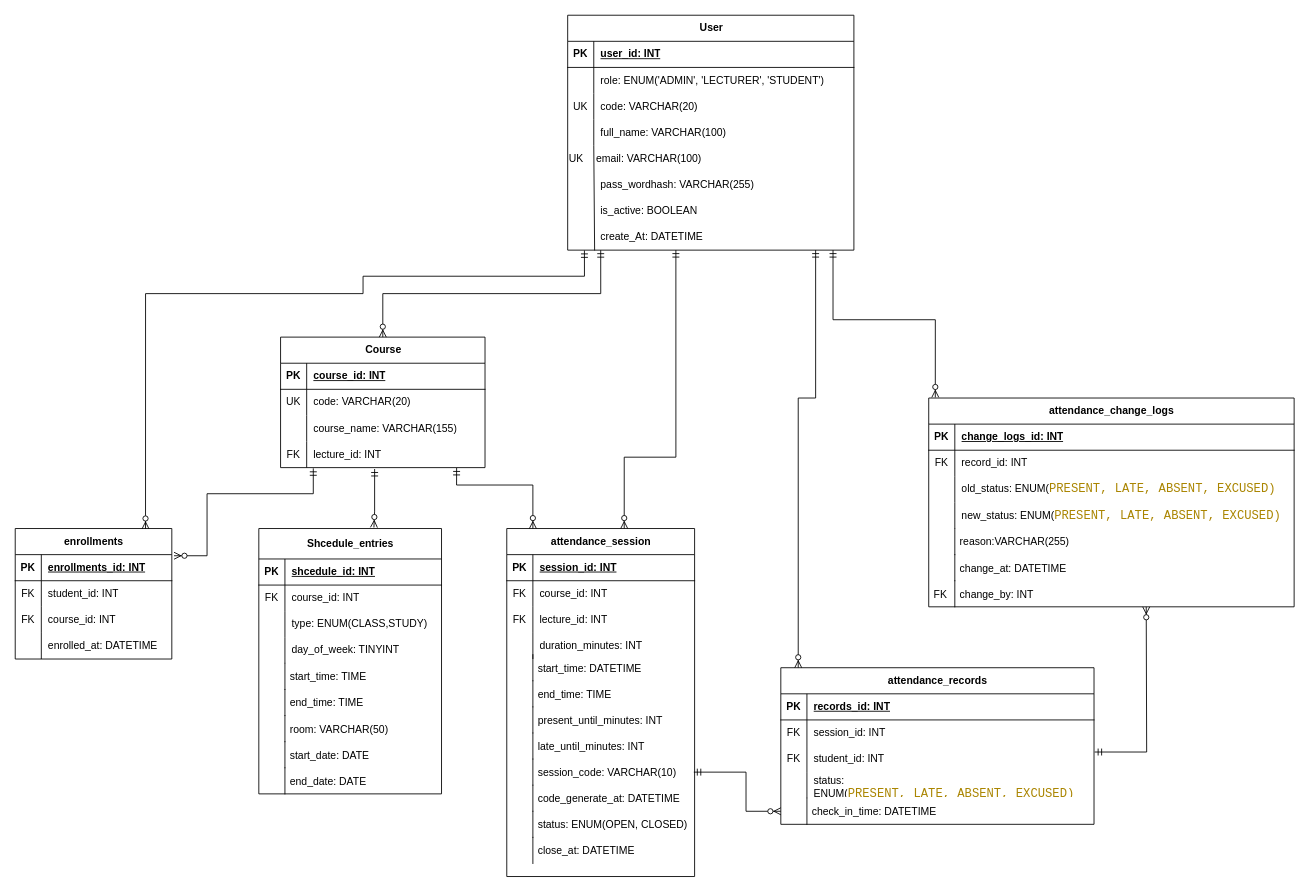
QnTIie2409/CNPM-GROUP03 keeps this draw.io diagram as Data.drawio. Above is the earlier version. Source tidied: cells renumbered, new cells numbered last; positions are measured from the earlier drawing's top-left corner, leaving out a move shared by most shapes. Both pictures are drawn from the tidied source at 87%, with x=0, y=0 at pixel (15, 15).
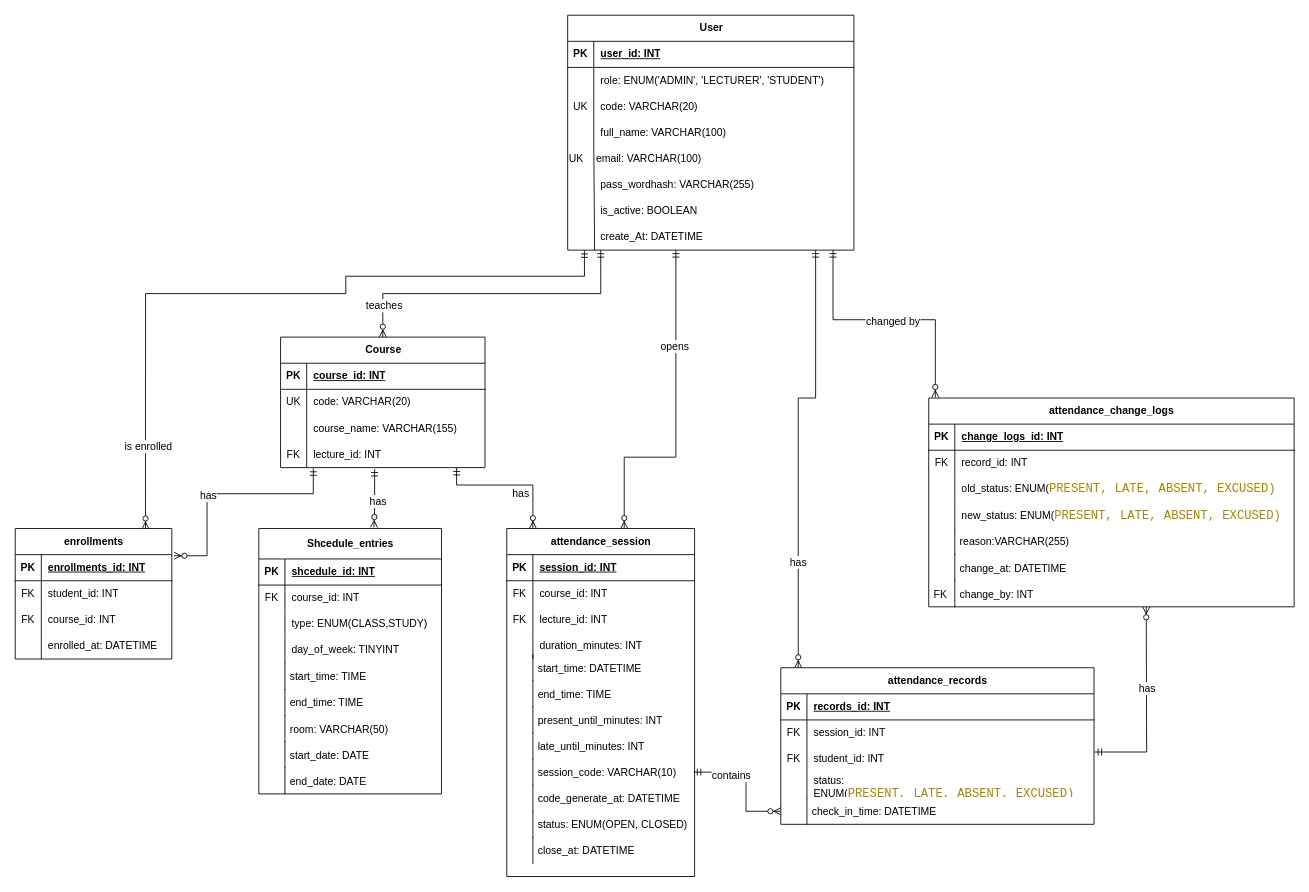
Above is the later version.

Unchanged cells that the change refers to:
```xml
<mxCell id="73" value="enrollments" style="shape=table;startSize=30;childLayout=tableLayout;rowLines=0;fontStyle=1;align=center;html=1;" parent="1" vertex="1">
  <mxGeometry y="590" width="180" height="150" as="geometry" />
</mxCell>
<mxCell id="110" style="shape=tableRow;horizontal=0;startSize=0;swimlaneHead=0;swimlaneBody=0;fillColor=none;points=[[0,0.5],[1,0.5]];portConstraint=eastwest;top=0;left=0;right=0;bottom=0;" parent="86" vertex="1">
  <mxGeometry x="5" y="240" width="180" height="30" as="geometry" />
</mxCell>
<mxCell id="149" style="edgeStyle=orthogonalEdgeStyle;fontSize=12;html=1;endArrow=ERzeroToMany;startArrow=ERmandOne;rounded=0;defaultLabelBackgroundColor=page;entryX=0.5;entryY=0;entryDx=0;entryDy=0;exitX=0.211;exitY=1.003;exitDx=0;exitDy=0;exitPerimeter=0;" parent="1" edge="1" source="110" target="2">
  <mxGeometry x="0.22" relative="1" as="geometry">
    <Array as="points">
      <mxPoint x="673" y="320" />
      <mxPoint x="422.5" y="320" />
    </Array>
  </mxGeometry>
</mxCell>
<mxCell id="152" style="edgeStyle=orthogonalEdgeStyle;fontSize=12;html=1;endArrow=ERzeroToMany;startArrow=ERmandOne;rounded=0;defaultLabelBackgroundColor=page;exitX=0.691;exitY=1;exitDx=0;exitDy=0;exitPerimeter=0;" parent="1" edge="1" source="110">
  <mxGeometry x="0.19" relative="1" as="geometry">
    <mxPoint x="700" y="590" as="targetPoint" />
    <Array as="points">
      <mxPoint x="759.4" y="508" />
      <mxPoint x="700" y="508" />
    </Array>
  </mxGeometry>
</mxCell>
<mxCell id="153" style="edgeStyle=orthogonalEdgeStyle;fontSize=12;html=1;endArrow=ERzeroToMany;startArrow=ERmandOne;rounded=0;defaultLabelBackgroundColor=page;entryX=0.63;entryY=-0.004;entryDx=0;entryDy=0;exitX=0.46;exitY=1.053;exitDx=0;exitDy=0;exitPerimeter=0;entryPerimeter=0;" parent="1" edge="1" source="12" target="16">
  <mxGeometry x="-0.17" relative="1" as="geometry">
    <Array as="points">
      <mxPoint x="413.1" y="570" />
    </Array>
  </mxGeometry>
</mxCell>
<mxCell id="154" style="edgeStyle=orthogonalEdgeStyle;fontSize=12;html=1;endArrow=ERzeroToMany;startArrow=ERmandOne;rounded=0;defaultLabelBackgroundColor=page;entryX=1.014;entryY=0.043;entryDx=0;entryDy=0;entryPerimeter=0;exitX=0.16;exitY=1.027;exitDx=0;exitDy=0;exitPerimeter=0;" parent="1" edge="1" source="12" target="74">
  <mxGeometry x="0.22" relative="1" as="geometry">
    <Array as="points">
      <mxPoint x="342.6" y="550" />
      <mxPoint x="220.5" y="550" />
      <mxPoint x="220.5" y="621.3" />
    </Array>
  </mxGeometry>
</mxCell>
<mxCell id="155" style="edgeStyle=orthogonalEdgeStyle;fontSize=12;html=1;endArrow=ERzeroToMany;startArrow=ERmandOne;rounded=0;defaultLabelBackgroundColor=page;" parent="1" edge="1">
  <mxGeometry x="0.29" relative="1" as="geometry">
    <mxPoint x="920" y="270" as="sourcePoint" />
    <mxPoint x="900" y="750" as="targetPoint" />
    <Array as="points">
      <mxPoint x="920" y="440" />
      <mxPoint x="900" y="440" />
    </Array>
  </mxGeometry>
</mxCell>
<mxCell id="156" style="edgeStyle=orthogonalEdgeStyle;fontSize=12;html=1;endArrow=ERzeroToMany;startArrow=ERmandOne;rounded=0;defaultLabelBackgroundColor=page;entryX=0.018;entryY=-0.003;entryDx=0;entryDy=0;entryPerimeter=0;" parent="1" edge="1" target="130">
  <mxGeometry x="0.47" relative="1" as="geometry">
    <mxPoint x="940" y="270" as="sourcePoint" />
    <Array as="points">
      <mxPoint x="940" y="350" />
      <mxPoint x="1057.6" y="350" />
    </Array>
  </mxGeometry>
</mxCell>
<mxCell id="157" style="edgeStyle=orthogonalEdgeStyle;fontSize=12;html=1;endArrow=ERzeroToMany;startArrow=ERmandOne;rounded=0;defaultLabelBackgroundColor=page;entryX=0;entryY=1;entryDx=0;entryDy=0;entryPerimeter=0;" parent="1" edge="1">
  <mxGeometry x="-0.01" relative="1" as="geometry">
    <mxPoint x="780" y="870" as="sourcePoint" />
    <mxPoint x="880" y="915" as="targetPoint" />
    <Array as="points">
      <mxPoint x="840" y="870" />
      <mxPoint x="840" y="915" />
    </Array>
  </mxGeometry>
</mxCell>
<mxCell id="158" style="edgeStyle=orthogonalEdgeStyle;fontSize=12;html=1;endArrow=ERzeroToMany;startArrow=ERmandOne;rounded=0;defaultLabelBackgroundColor=page;exitX=1.002;exitY=0.23;exitDx=0;exitDy=0;exitPerimeter=0;" parent="1" edge="1" source="121">
  <mxGeometry x="-0.06" relative="1" as="geometry">
    <mxPoint x="1300" y="680" as="targetPoint" />
  </mxGeometry>
</mxCell>
```

Diff of the diagram source:
```diff
@@
+    <mxCell id="159" value="teaches" style="edgeLabel;html=1;align=center;verticalAlign=middle;inheritText=1;fontSize=12;defaultLabelBackgroundColor=page;" parent="149" vertex="1">
+      <mxGeometry x="0.79" y="1" relative="1" as="geometry" />
+    </mxCell>
     <mxCell id="150" style="edgeStyle=orthogonalEdgeStyle;fontSize=12;html=1;endArrow=ERzeroToMany;startArrow=ERmandOne;rounded=0;defaultLabelBackgroundColor=page;exitX=0.107;exitY=1.011;exitDx=0;exitDy=0;exitPerimeter=0;entryX=0.832;entryY=0.003;entryDx=0;entryDy=0;entryPerimeter=0;" parent="1" edge="1" source="110" target="73">
       <mxGeometry x="0.13" relative="1" as="geometry">
         <Array as="points">
           <mxPoint x="654.3" y="300" />
-          <mxPoint x="399.8" y="300" />
-          <mxPoint x="399.8" y="320" />
+          <mxPoint x="380" y="300" />
+          <mxPoint x="380" y="320" />
           <mxPoint x="149.8" y="320" />
         </Array>
       </mxGeometry>
     </mxCell>
+    <mxCell id="160" value="is enrolled" style="edgeLabel;html=1;align=center;verticalAlign=middle;inheritText=1;fontSize=12;defaultLabelBackgroundColor=page;" parent="150" vertex="1">
+      <mxGeometry x="0.77" y="3" relative="1" as="geometry" />
+    </mxCell>
@@
+    <mxCell id="161" value="opens" style="edgeLabel;html=1;align=center;verticalAlign=middle;inheritText=1;fontSize=12;defaultLabelBackgroundColor=page;" parent="152" vertex="1">
+      <mxGeometry x="-0.42" y="-2" relative="1" as="geometry" />
+    </mxCell>
@@
+    <mxCell id="162" value="has" style="edgeLabel;html=1;align=center;verticalAlign=middle;inheritText=1;fontSize=12;defaultLabelBackgroundColor=page;" parent="153" vertex="1">
+      <mxGeometry x="0.09" y="3" relative="1" as="geometry" />
+    </mxCell>
+    <mxCell id="163" value="has" style="edgeLabel;html=1;align=center;verticalAlign=middle;inheritText=1;fontSize=12;defaultLabelBackgroundColor=page;" parent="153" vertex="1">
+      <mxGeometry x="0.09" y="3" relative="1" as="geometry">
+        <mxPoint x="164" y="-9" as="offset" />
+      </mxGeometry>
+    </mxCell>
@@
+    <mxCell id="164" value="has" style="edgeLabel;html=1;align=center;verticalAlign=middle;inheritText=1;fontSize=12;defaultLabelBackgroundColor=page;" parent="154" vertex="1">
+      <mxGeometry x="0.15" y="1" relative="1" as="geometry" />
+    </mxCell>
@@
+    <mxCell id="165" value="has" style="edgeLabel;html=1;align=center;verticalAlign=middle;inheritText=1;fontSize=12;defaultLabelBackgroundColor=page;" parent="155" vertex="1">
+      <mxGeometry x="0.51" y="-1" relative="1" as="geometry" />
+    </mxCell>
@@
+    <mxCell id="166" value="changed by" style="edgeLabel;html=1;align=center;verticalAlign=middle;inheritText=1;fontSize=12;defaultLabelBackgroundColor=page;" parent="156" vertex="1">
+      <mxGeometry x="0.03" y="-1" relative="1" as="geometry" />
+    </mxCell>
@@
+    <mxCell id="167" value="contains" style="edgeLabel;html=1;align=center;verticalAlign=middle;inheritText=1;fontSize=12;defaultLabelBackgroundColor=page;" parent="157" vertex="1">
+      <mxGeometry x="-0.42" y="-3" relative="1" as="geometry" />
+    </mxCell>
@@
+    <mxCell id="168" value="has" style="edgeLabel;html=1;align=center;verticalAlign=middle;inheritText=1;fontSize=12;defaultLabelBackgroundColor=page;" parent="158" vertex="1">
+      <mxGeometry x="0.17" relative="1" as="geometry" />
+    </mxCell>
```
